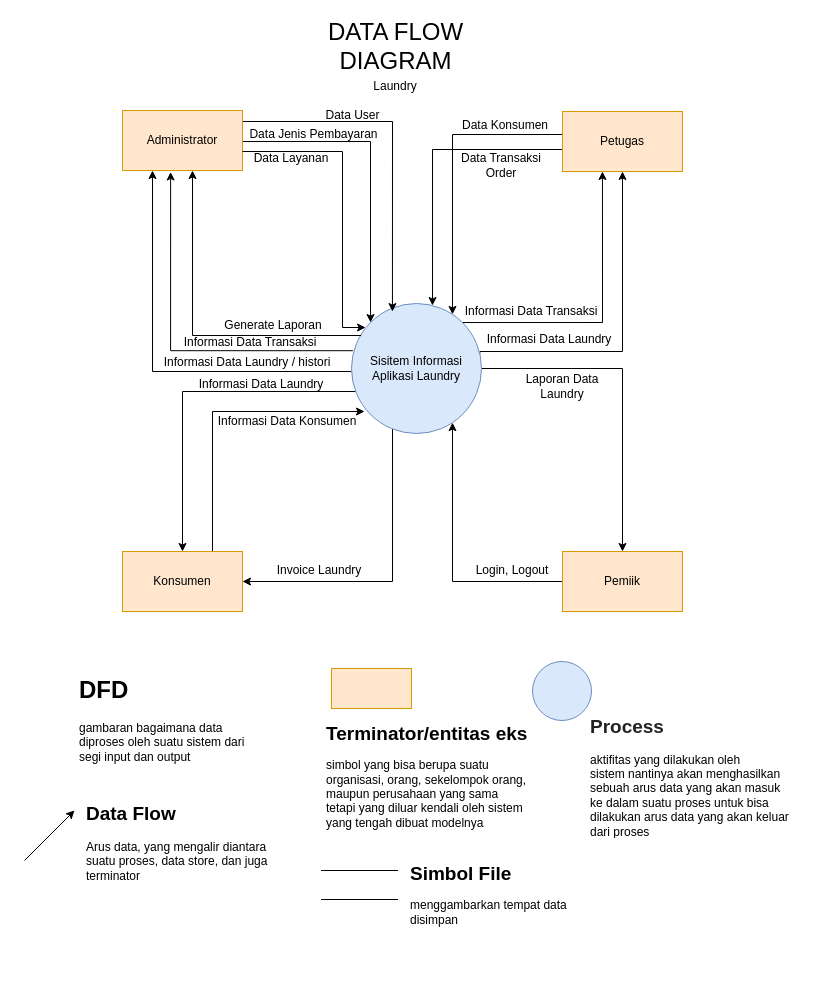
Above: page "DFD" (2 of 6) of Desain Ujikom.drawio in alditasptnsr/ujikom_aldita (draw.io), before the change. Source tidied: cells renumbered, new cells numbered last; positions are measured from the earlier drawing's top-left corner, leaving out a move shared by most shapes. Both pictures are drawn from the tidied source at 100%, with x=0, y=0 at pixel (24, 31).
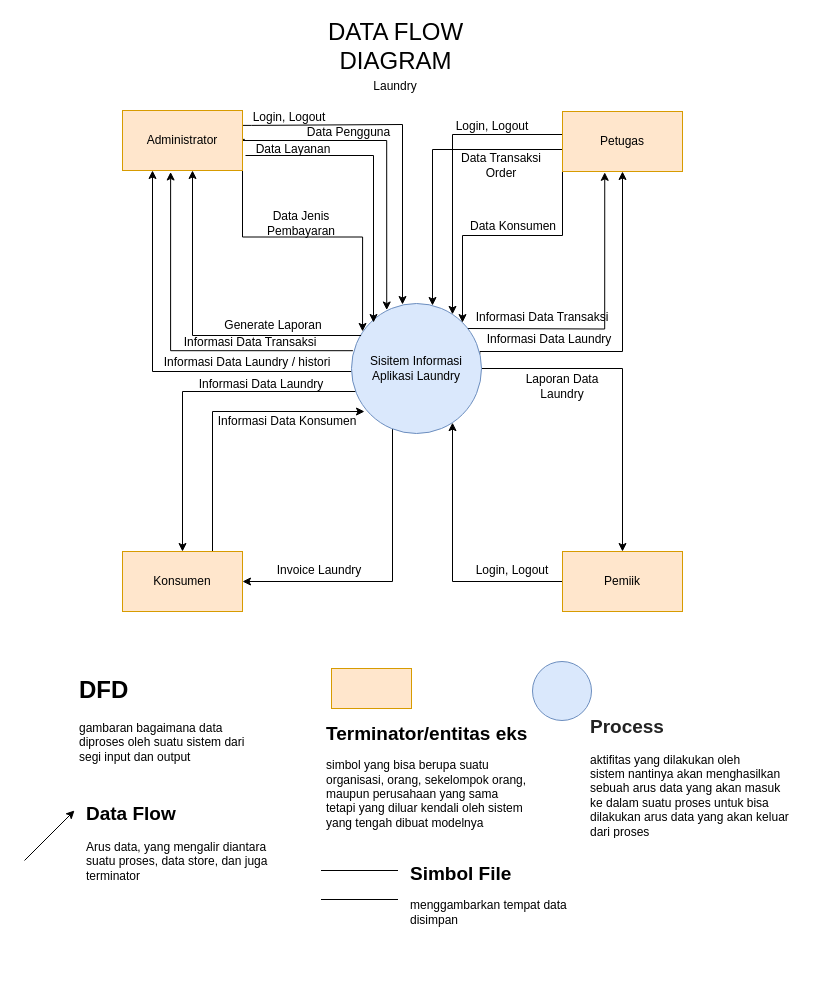
The same diagram, later.

The change refers to these unchanged cells:
```xml
<mxCell id="8" value="Sisitem Informasi Aplikasi Laundry" style="ellipse;whiteSpace=wrap;html=1;fillColor=#dae8fc;strokeColor=#6c8ebf;" parent="1" vertex="1">
  <mxGeometry x="327" y="272" width="130" height="130" as="geometry" />
</mxCell>
<mxCell id="13" value="Administrator" style="rounded=0;whiteSpace=wrap;html=1;fillColor=#ffe6cc;strokeColor=#d79b00;" parent="1" vertex="1">
  <mxGeometry x="98" y="79" width="120" height="60" as="geometry" />
</mxCell>
<mxCell id="20" value="Petugas" style="rounded=0;whiteSpace=wrap;html=1;fillColor=#ffe6cc;strokeColor=#d79b00;" parent="1" vertex="1">
  <mxGeometry x="538" y="80" width="120" height="60" as="geometry" />
</mxCell>
```

What changed in the source:
```diff
@@
-    <mxCell id="7" style="edgeStyle=orthogonalEdgeStyle;rounded=0;jettySize=auto;html=1;exitX=1;exitY=0;exitDx=0;exitDy=0;entryX=0.333;entryY=1;entryDx=0;entryDy=0;entryPerimeter=0;" parent="1" edge="1" source="8" target="20">
-      <mxGeometry relative="1" as="geometry" />
+    <mxCell id="7" style="edgeStyle=orthogonalEdgeStyle;rounded=0;jettySize=auto;html=1;exitX=1;exitY=0;exitDx=0;exitDy=0;entryX=0.352;entryY=1.014;entryDx=0;entryDy=0;entryPerimeter=0;" parent="1" edge="1" target="20">
+      <mxGeometry relative="1" as="geometry">
+        <mxPoint x="441" y="297" as="sourcePoint" />
+      </mxGeometry>
     </mxCell>
@@
-    <mxCell id="9" style="edgeStyle=orthogonalEdgeStyle;rounded=0;jettySize=auto;html=1;entryX=0;entryY=0;entryDx=0;entryDy=0;" parent="1" edge="1" target="8">
+    <mxCell id="9" style="edgeStyle=orthogonalEdgeStyle;rounded=0;jettySize=auto;html=1;entryX=0.271;entryY=0.05;entryDx=0;entryDy=0;exitX=1.019;exitY=0.432;exitDx=0;exitDy=0;exitPerimeter=0;entryPerimeter=0;" parent="1" edge="1" target="8">
       <mxGeometry relative="1" as="geometry">
-        <mxPoint x="218" y="105" as="sourcePoint" />
+        <mxPoint x="220.3" y="107.9" as="sourcePoint" />
         <Array as="points">
-          <mxPoint x="218" y="110" />
-          <mxPoint x="346" y="110" />
+          <mxPoint x="218" y="108" />
+          <mxPoint x="218" y="109" />
+          <mxPoint x="362" y="109" />
         </Array>
       </mxGeometry>
     </mxCell>
-    <mxCell id="10" style="edgeStyle=orthogonalEdgeStyle;rounded=0;jettySize=auto;html=1;exitX=1;exitY=0.25;exitDx=0;exitDy=0;entryX=0.315;entryY=0.062;entryDx=0;entryDy=0;entryPerimeter=0;" parent="1" edge="1" source="13" target="8">
+    <mxCell id="10" style="edgeStyle=orthogonalEdgeStyle;rounded=0;orthogonalLoop=1;jettySize=auto;html=1;exitX=1;exitY=0.198;exitDx=0;exitDy=0;exitPerimeter=0;entryX=0.392;entryY=-0.015;entryDx=0;entryDy=0;entryPerimeter=0;" parent="1" edge="1">
       <mxGeometry relative="1" as="geometry">
+        <mxPoint x="218" y="93.9" as="sourcePoint" />
+        <mxPoint x="378" y="273" as="targetPoint" />
         <Array as="points">
-          <mxPoint x="218" y="90" />
-          <mxPoint x="368" y="90" />
+          <mxPoint x="227" y="94" />
+          <mxPoint x="378" y="93" />
         </Array>
       </mxGeometry>
     </mxCell>
@@
+    <mxCell id="48" style="edgeStyle=orthogonalEdgeStyle;rounded=0;jettySize=auto;html=1;exitX=1;exitY=1;exitDx=0;exitDy=0;entryX=0.085;entryY=0.215;entryDx=0;entryDy=0;entryPerimeter=0;" parent="1" edge="1" source="13" target="8">
+      <mxGeometry relative="1" as="geometry" />
+    </mxCell>
@@
+    <mxCell id="49" style="edgeStyle=orthogonalEdgeStyle;rounded=0;jettySize=auto;html=1;exitX=0;exitY=1;exitDx=0;exitDy=0;" parent="1" edge="1" target="8">
+      <mxGeometry relative="1" as="geometry">
+        <mxPoint x="538" y="138" as="sourcePoint" />
+        <Array as="points">
+          <mxPoint x="538" y="204" />
+          <mxPoint x="438" y="204" />
+        </Array>
+      </mxGeometry>
+    </mxCell>
@@
-    <mxCell id="25" value="Data Layanan" style="text;html=1;strokeColor=none;fillColor=none;align=center;verticalAlign=middle;whiteSpace=wrap;rounded=0;" parent="1" vertex="1">
-      <mxGeometry x="227" y="118" width="80" height="17" as="geometry" />
+    <mxCell id="25" value="Login, Logout" style="text;html=1;strokeColor=none;fillColor=none;align=center;verticalAlign=middle;whiteSpace=wrap;rounded=0;" parent="1" vertex="1">
+      <mxGeometry x="225" y="77" width="80" height="17" as="geometry" />
     </mxCell>
-    <mxCell id="26" value="Data User" style="text;html=1;strokeColor=none;fillColor=none;align=center;verticalAlign=middle;whiteSpace=wrap;rounded=0;" parent="1" vertex="1">
-      <mxGeometry x="282.5" y="79" width="91" height="10" as="geometry" />
+    <mxCell id="26" value="Data Pengguna" style="text;html=1;strokeColor=none;fillColor=none;align=center;verticalAlign=middle;whiteSpace=wrap;rounded=0;" parent="1" vertex="1">
+      <mxGeometry x="279" y="96" width="91" height="10" as="geometry" />
     </mxCell>
-    <mxCell id="27" style="edgeStyle=orthogonalEdgeStyle;rounded=0;orthogonalLoop=1;jettySize=auto;html=1;" parent="1" edge="1">
+    <mxCell id="27" style="edgeStyle=orthogonalEdgeStyle;rounded=0;orthogonalLoop=1;jettySize=auto;html=1;entryX=0;entryY=0;entryDx=0;entryDy=0;exitX=1;exitY=0.75;exitDx=0;exitDy=0;" parent="1" edge="1">
       <mxGeometry relative="1" as="geometry">
-        <mxPoint x="218" y="120" as="sourcePoint" />
-        <mxPoint x="341.1" y="296" as="targetPoint" />
+        <mxPoint x="221" y="124" as="sourcePoint" />
+        <mxPoint x="349" y="291" as="targetPoint" />
         <Array as="points">
-          <mxPoint x="318" y="120" />
-          <mxPoint x="318" y="296" />
+          <mxPoint x="349" y="124" />
         </Array>
       </mxGeometry>
     </mxCell>
     <mxCell id="28" value="Data Konsumen" style="text;html=1;strokeColor=none;fillColor=none;align=center;verticalAlign=middle;whiteSpace=wrap;rounded=0;" parent="1" vertex="1">
-      <mxGeometry x="436" y="79" width="90" height="30" as="geometry" />
+      <mxGeometry x="444" y="180" width="90" height="30" as="geometry" />
     </mxCell>
@@
     <mxCell id="45" value="Data Jenis Pembayaran" style="text;html=1;strokeColor=none;fillColor=none;align=center;verticalAlign=middle;whiteSpace=wrap;rounded=0;" parent="1" vertex="1">
-      <mxGeometry x="224" y="94" width="131" height="17" as="geometry" />
+      <mxGeometry x="211.5" y="182" width="130" height="20" as="geometry" />
     </mxCell>
     <mxCell id="46" value="Informasi Data Transaksi" style="text;html=1;strokeColor=none;fillColor=none;align=center;verticalAlign=middle;whiteSpace=wrap;rounded=0;" parent="1" vertex="1">
-      <mxGeometry x="432" y="265" width="150" height="30" as="geometry" />
+      <mxGeometry x="448" y="272" width="140" height="28" as="geometry" />
     </mxCell>
@@
+    <mxCell id="50" value="Data Layanan" style="text;html=1;strokeColor=none;fillColor=none;align=center;verticalAlign=middle;whiteSpace=wrap;rounded=0;" parent="1" vertex="1">
+      <mxGeometry x="229" y="109" width="80" height="17" as="geometry" />
+    </mxCell>
+    <mxCell id="51" value="Login, Logout" style="text;html=1;strokeColor=none;fillColor=none;align=center;verticalAlign=middle;whiteSpace=wrap;rounded=0;" parent="1" vertex="1">
+      <mxGeometry x="428" y="86" width="80" height="17" as="geometry" />
+    </mxCell>
```
